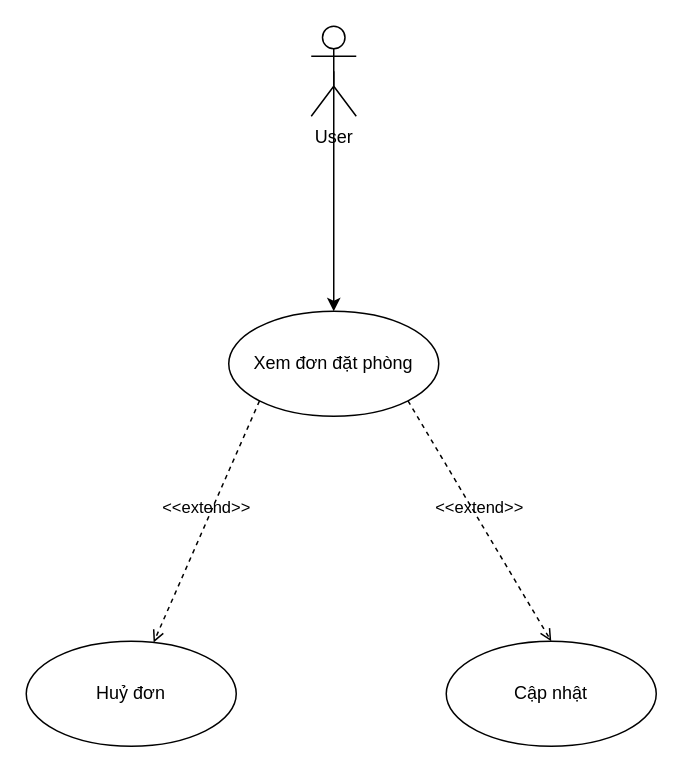
Before: doan/usecase_xemphieudatphong.drawio in alikuxac/alikuxac, a draw.io diagram. Source tidied: cells renumbered, new cells numbered last; positions are measured from the earlier drawing's top-left corner, leaving out a move shared by most shapes. Both pictures are drawn from the tidied source at 150%, with x=0, y=0 at pixel (26, 26).
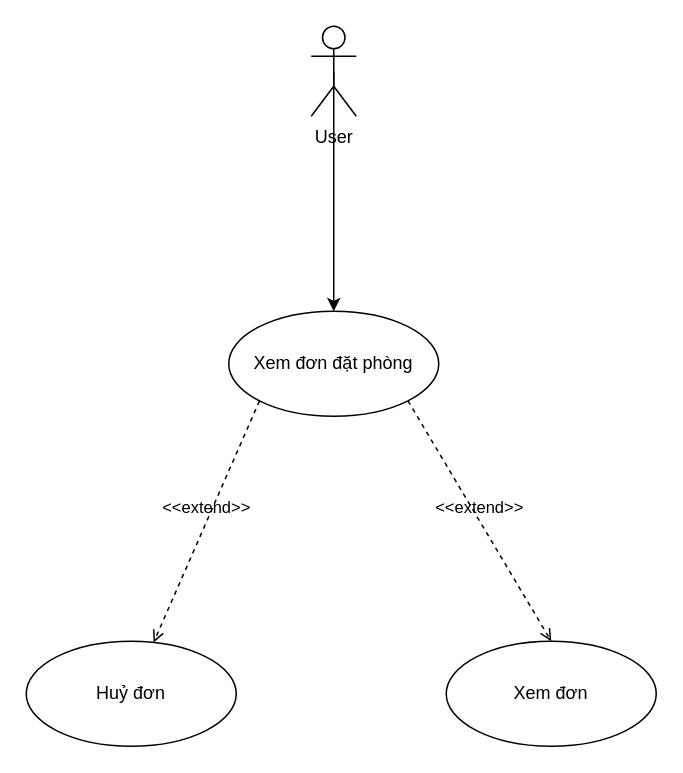
The same diagram, later.

Change to the diagram source:
```diff
@@
 <mxGraphModel>
   <root>
     <mxCell id="0" />
     <mxCell id="1" parent="0" />
     <mxCell id="2" value="User" style="shape=umlActor;verticalLabelPosition=bottom;verticalAlign=top;html=1;outlineConnect=0;" parent="1" vertex="1">
       <mxGeometry x="190" width="30" height="60" as="geometry" />
     </mxCell>
     <mxCell id="3" value="Xem đơn đặt phòng" style="ellipse;whiteSpace=wrap;html=1;" parent="1" vertex="1">
       <mxGeometry x="135" y="190" width="140" height="70" as="geometry" />
     </mxCell>
     <mxCell id="4" style="endArrow=classic;html=1;rounded=0;exitX=0.5;exitY=0.5;exitDx=0;exitDy=0;exitPerimeter=0;entryX=0.5;entryY=0;entryDx=0;entryDy=0;" parent="1" edge="1" source="2" target="3">
       <mxGeometry relative="1" as="geometry" />
     </mxCell>
     <mxCell id="5" value="&amp;lt;&amp;lt;extend&amp;gt;&amp;gt;" style="html=1;verticalAlign=bottom;labelBackgroundColor=none;endArrow=open;endFill=0;dashed=1;rounded=0;exitX=0;exitY=1;exitDx=0;exitDy=0;" parent="1" edge="1" source="3" target="6">
       <mxGeometry relative="1" as="geometry" />
     </mxCell>
     <mxCell id="6" value="Huỷ đơn" style="ellipse;whiteSpace=wrap;html=1;" parent="1" vertex="1">
       <mxGeometry y="410" width="140" height="70" as="geometry" />
     </mxCell>
-    <mxCell id="7" value="Cập nhật" style="ellipse;whiteSpace=wrap;html=1;" parent="1" vertex="1">
+    <mxCell id="7" value="Xem đơn" style="ellipse;whiteSpace=wrap;html=1;" parent="1" vertex="1">
       <mxGeometry x="280" y="410" width="140" height="70" as="geometry" />
     </mxCell>
     <mxCell id="8" value="&amp;lt;&amp;lt;extend&amp;gt;&amp;gt;" style="html=1;verticalAlign=bottom;labelBackgroundColor=none;endArrow=open;endFill=0;dashed=1;rounded=0;exitX=1;exitY=1;exitDx=0;exitDy=0;entryX=0.5;entryY=0;entryDx=0;entryDy=0;" parent="1" edge="1" source="3" target="7">
       <mxGeometry relative="1" as="geometry" />
     </mxCell>
   </root>
 </mxGraphModel>
```
